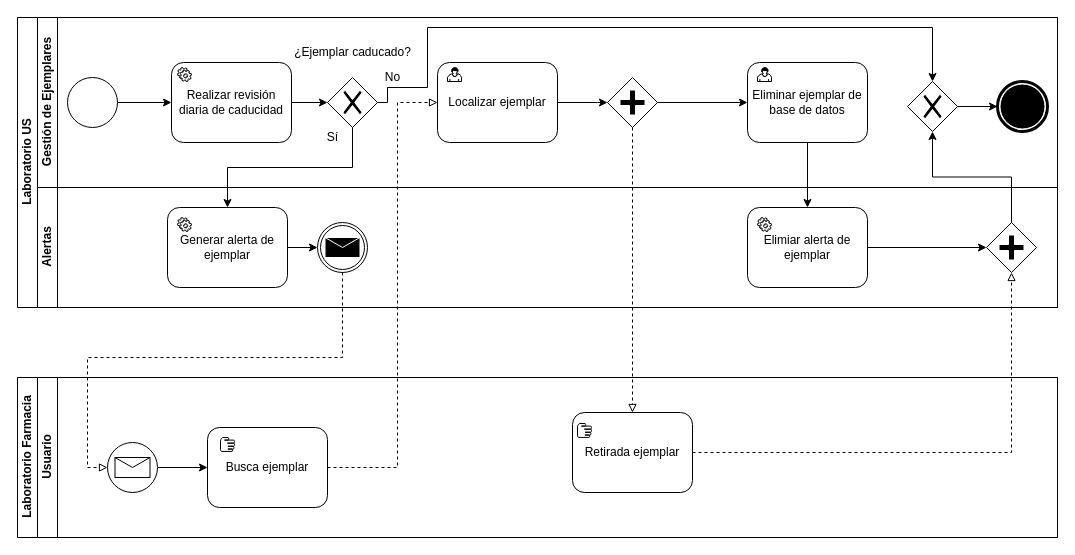
This is 4 Necesidades de negocio/4.2 Modelos de procesos de negocio a implantar/CaducidadEjemplarBPMN-Implantar.drawio from Franbr31/IR-project, a draw.io file, before an edit. Source tidied: cells renumbered, new cells numbered last; positions are measured from the earlier drawing's top-left corner, leaving out a move shared by most shapes. Both pictures are drawn from the tidied source at 100%, with x=0, y=0 at pixel (17, 17).
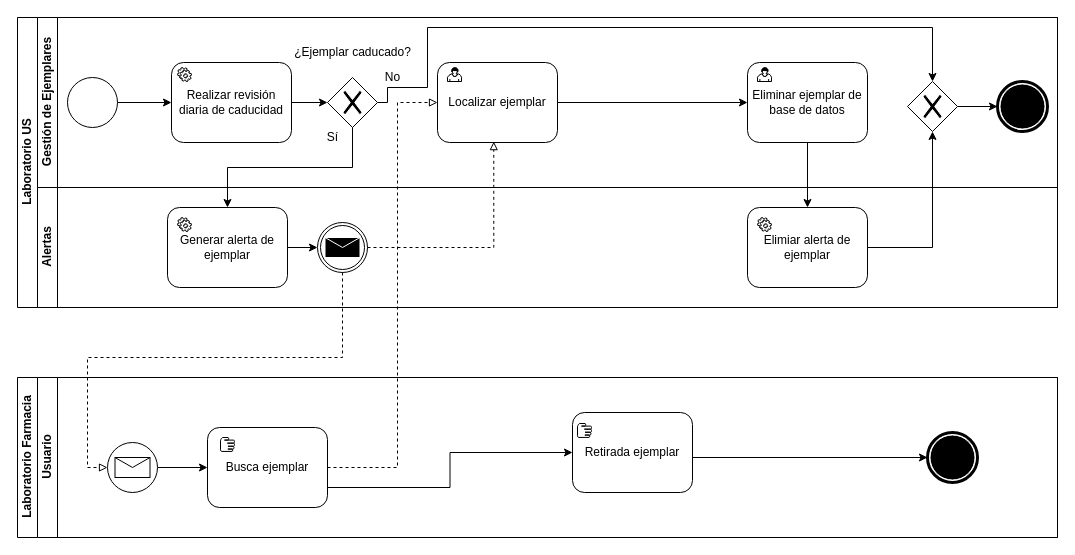
Above is the later version.

The change refers to these unchanged cells:
```xml
<mxCell id="2" value="Laboratorio US" style="swimlane;html=1;horizontal=0;startSize=20;" parent="1" vertex="1">
  <mxGeometry width="1040" height="290" as="geometry" />
</mxCell>
<mxCell id="3" value="Gestión de Ejemplares" style="swimlane;html=1;startSize=20;horizontal=0;" parent="2" vertex="1">
  <mxGeometry x="20" width="1020" height="170" as="geometry" />
</mxCell>
<mxCell id="13" value="Localizar ejemplar" style="shape=ext;rounded=1;html=1;whiteSpace=wrap;" parent="3" vertex="1">
  <mxGeometry x="400" y="45" width="120" height="80" as="geometry" />
</mxCell>
<mxCell id="17" value="Eliminar ejemplar de base de datos" style="shape=ext;rounded=1;html=1;whiteSpace=wrap;" parent="3" vertex="1">
  <mxGeometry x="710" y="45" width="120" height="80" as="geometry" />
</mxCell>
<mxCell id="22" style="shape=mxgraph.bpmn.shape;html=1;verticalLabelPosition=bottom;labelBackgroundColor=#ffffff;verticalAlign=top;align=center;perimeter=rhombusPerimeter;background=gateway;outlineConnect=0;outline=none;symbol=exclusiveGw;" parent="3" vertex="1">
  <mxGeometry x="870" y="64" width="50" height="50" as="geometry" />
</mxCell>
<mxCell id="24" value="Alertas" style="swimlane;html=1;startSize=20;horizontal=0;" parent="2" vertex="1">
  <mxGeometry x="20" y="170" width="1020" height="120" as="geometry" />
</mxCell>
<mxCell id="28" style="shape=mxgraph.bpmn.shape;html=1;verticalLabelPosition=bottom;labelBackgroundColor=#ffffff;verticalAlign=top;align=center;perimeter=ellipsePerimeter;outlineConnect=0;outline=throwing;symbol=message;" parent="24" vertex="1">
  <mxGeometry x="280" y="35" width="50" height="50" as="geometry" />
</mxCell>
<mxCell id="30" value="Elimiar alerta de ejemplar" style="shape=ext;rounded=1;html=1;whiteSpace=wrap;" parent="24" vertex="1">
  <mxGeometry x="710" y="20" width="120" height="80" as="geometry" />
</mxCell>
<mxCell id="37" value="Usuario" style="swimlane;html=1;startSize=20;horizontal=0;" parent="36" vertex="1">
  <mxGeometry x="20" width="1020" height="160" as="geometry" />
</mxCell>
<mxCell id="38" value="Busca ejemplar" style="shape=ext;rounded=1;html=1;whiteSpace=wrap;" parent="37" vertex="1">
  <mxGeometry x="170" y="50" width="120" height="80" as="geometry" />
</mxCell>
<mxCell id="42" value="Retirada ejemplar" style="shape=ext;rounded=1;html=1;whiteSpace=wrap;" parent="37" vertex="1">
  <mxGeometry x="535" y="35" width="120" height="80" as="geometry" />
</mxCell>
```

Change to the diagram source:
```diff
@@
-    <mxCell id="12" style="edgeStyle=orthogonalEdgeStyle;rounded=0;jettySize=auto;html=1;exitX=1;exitY=0.5;exitDx=0;exitDy=0;entryX=0;entryY=0.5;entryDx=0;entryDy=0;endArrow=classic;endFill=1;" parent="3" edge="1" source="13" target="16">
-      <mxGeometry relative="1" as="geometry">
-        <Array as="points">
-          <mxPoint x="560" y="85" />
-          <mxPoint x="560" y="85" />
-        </Array>
-      </mxGeometry>
+    <mxCell id="12" style="edgeStyle=orthogonalEdgeStyle;rounded=0;jettySize=auto;html=1;exitX=1;exitY=0.5;exitDx=0;exitDy=0;entryX=0;entryY=0.5;entryDx=0;entryDy=0;endArrow=classic;endFill=1;" parent="3" edge="1" source="13" target="17">
+      <mxGeometry relative="1" as="geometry" />
     </mxCell>
@@
-    <mxCell id="15" style="edgeStyle=orthogonalEdgeStyle;rounded=0;jettySize=auto;html=1;exitX=1;exitY=0.5;exitDx=0;exitDy=0;entryX=0;entryY=0.5;entryDx=0;entryDy=0;endArrow=classic;endFill=1;" parent="3" edge="1" source="16" target="17">
-      <mxGeometry relative="1" as="geometry" />
-    </mxCell>
-    <mxCell id="16" style="shape=mxgraph.bpmn.shape;html=1;verticalLabelPosition=bottom;labelBackgroundColor=#ffffff;verticalAlign=top;align=center;perimeter=rhombusPerimeter;background=gateway;outlineConnect=0;outline=none;symbol=parallelGw;" parent="3" vertex="1">
-      <mxGeometry x="570" y="60" width="50" height="50" as="geometry" />
-    </mxCell>
@@
-    <mxCell id="29" style="edgeStyle=orthogonalEdgeStyle;rounded=0;jettySize=auto;html=1;exitX=1;exitY=0.5;exitDx=0;exitDy=0;entryX=0;entryY=0.5;entryDx=0;entryDy=0;endArrow=classic;endFill=1;" parent="24" edge="1" source="30" target="32">
-      <mxGeometry relative="1" as="geometry" />
-    </mxCell>
@@
-    <mxCell id="32" style="shape=mxgraph.bpmn.shape;html=1;verticalLabelPosition=bottom;labelBackgroundColor=#ffffff;verticalAlign=top;align=center;perimeter=rhombusPerimeter;background=gateway;outlineConnect=0;outline=none;symbol=parallelGw;" parent="24" vertex="1">
-      <mxGeometry x="949" y="35" width="50" height="50" as="geometry" />
-    </mxCell>
@@
-    <mxCell id="35" style="edgeStyle=orthogonalEdgeStyle;rounded=0;jettySize=auto;html=1;exitX=0.5;exitY=0;exitDx=0;exitDy=0;entryX=0.5;entryY=1;entryDx=0;entryDy=0;endArrow=classic;endFill=1;" parent="2" edge="1" source="32" target="22">
-      <mxGeometry relative="1" as="geometry" />
-    </mxCell>
+    <mxCell id="48" style="edgeStyle=orthogonalEdgeStyle;rounded=0;jettySize=auto;html=1;exitX=1;exitY=0.5;exitDx=0;exitDy=0;entryX=0.469;entryY=0.989;entryDx=0;entryDy=0;entryPerimeter=0;dashed=1;endArrow=block;endFill=0;" parent="2" edge="1" source="28" target="13">
+      <mxGeometry relative="1" as="geometry" />
+    </mxCell>
+    <mxCell id="29" style="edgeStyle=orthogonalEdgeStyle;rounded=0;jettySize=auto;html=1;exitX=1;exitY=0.5;exitDx=0;exitDy=0;entryX=0.5;entryY=1;entryDx=0;entryDy=0;endArrow=classic;endFill=1;" parent="2" edge="1" source="30" target="22">
+      <mxGeometry relative="1" as="geometry">
+        <Array as="points">
+          <mxPoint x="915" y="230" />
+        </Array>
+      </mxGeometry>
+    </mxCell>
@@
+    <mxCell id="49" style="edgeStyle=orthogonalEdgeStyle;rounded=0;jettySize=auto;html=1;exitX=1;exitY=0.75;exitDx=0;exitDy=0;entryX=0;entryY=0.5;entryDx=0;entryDy=0;endArrow=classic;endFill=1;" parent="37" edge="1" source="38" target="42">
+      <mxGeometry relative="1" as="geometry" />
+    </mxCell>
@@
+    <mxCell id="50" style="edgeStyle=orthogonalEdgeStyle;rounded=0;jettySize=auto;html=1;exitX=1;exitY=0.5;exitDx=0;exitDy=0;endArrow=classic;endFill=1;" parent="37" edge="1" source="42" target="51">
+      <mxGeometry relative="1" as="geometry">
+        <Array as="points">
+          <mxPoint x="655" y="80" />
+        </Array>
+      </mxGeometry>
+    </mxCell>
@@
+    <mxCell id="51" style="shape=mxgraph.bpmn.shape;html=1;verticalLabelPosition=bottom;labelBackgroundColor=#ffffff;verticalAlign=top;align=center;perimeter=ellipsePerimeter;outlineConnect=0;outline=end;symbol=terminate;" parent="37" vertex="1">
+      <mxGeometry x="890" y="55" width="50" height="50" as="geometry" />
+    </mxCell>
@@
-    <mxCell id="46" style="edgeStyle=orthogonalEdgeStyle;rounded=0;jettySize=auto;html=1;exitX=0.5;exitY=1;exitDx=0;exitDy=0;entryX=0.5;entryY=0;entryDx=0;entryDy=0;endArrow=block;endFill=0;dashed=1;" parent="1" edge="1" source="16" target="42">
-      <mxGeometry relative="1" as="geometry" />
-    </mxCell>
-    <mxCell id="47" style="edgeStyle=orthogonalEdgeStyle;rounded=0;jettySize=auto;html=1;exitX=1;exitY=0.5;exitDx=0;exitDy=0;endArrow=block;endFill=0;dashed=1;" parent="1" edge="1" source="42" target="32">
-      <mxGeometry relative="1" as="geometry" />
-    </mxCell>
```
